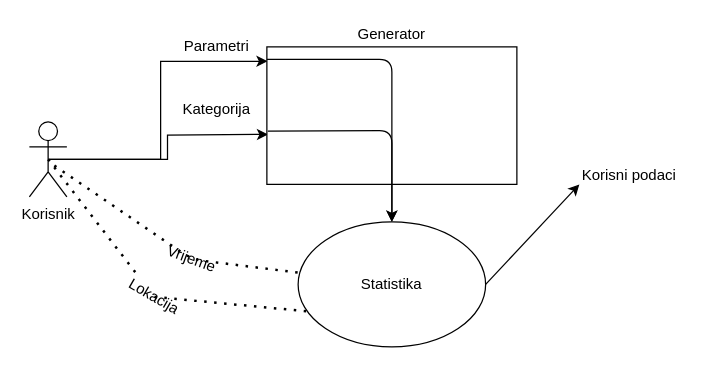
This is Copy of Statistika.drawio from vanjavk/Scribblie, a draw.io file, before an edit. Source tidied: cells renumbered, new cells numbered last; positions are measured from the earlier drawing's top-left corner, leaving out a move shared by most shapes. Both pictures are drawn from the tidied source at 125%, with x=0, y=0 at pixel (29, 21).
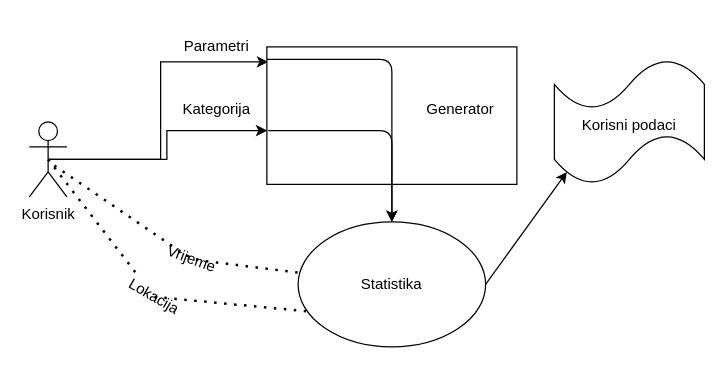
Above is the later version.

The change refers to these unchanged cells:
```xml
<mxCell id="4" value="Korisnik&lt;br&gt;" style="shape=umlActor;verticalLabelPosition=bottom;verticalAlign=top;html=1;outlineConnect=0;" parent="1" vertex="1">
  <mxGeometry y="80" width="30" height="60" as="geometry" />
</mxCell>
<mxCell id="5" style="rounded=0;whiteSpace=wrap;html=1;" parent="1" vertex="1">
  <mxGeometry x="190" y="20" width="200" height="110" as="geometry" />
</mxCell>
<mxCell id="10" style="ellipse;whiteSpace=wrap;html=1;" parent="1" vertex="1">
  <mxGeometry x="215" y="160" width="150" height="100" as="geometry" />
</mxCell>
```

What changed in the source:
```diff
@@
+    <mxCell id="20" style="shape=tape;whiteSpace=wrap;html=1;" parent="1" vertex="1">
+      <mxGeometry x="420" y="30" width="120" height="100" as="geometry" />
+    </mxCell>
-    <mxCell id="2" style="edgeStyle=orthogonalEdgeStyle;rounded=0;jettySize=auto;html=1;exitX=0.5;exitY=0.5;exitDx=0;exitDy=0;exitPerimeter=0;entryX=0.003;entryY=0.105;entryDx=0;entryDy=0;entryPerimeter=0;" parent="1" edge="1" source="4" target="5">
+    <mxCell id="2" style="edgeStyle=orthogonalEdgeStyle;rounded=0;jettySize=auto;html=1;exitX=0.5;exitY=0.5;exitDx=0;exitDy=0;exitPerimeter=0;" parent="1" edge="1" source="4">
       <mxGeometry relative="1" as="geometry">
+        <mxPoint x="191" y="32" as="targetPoint" />
         <Array as="points">
           <mxPoint x="105" y="110" />
           <mxPoint x="105" y="32" />
         </Array>
       </mxGeometry>
     </mxCell>
-    <mxCell id="3" style="edgeStyle=orthogonalEdgeStyle;rounded=0;jettySize=auto;html=1;exitX=0.5;exitY=0.5;exitDx=0;exitDy=0;exitPerimeter=0;" parent="1" edge="1" source="4">
-      <mxGeometry relative="1" as="geometry">
-        <mxPoint x="191" y="90" as="targetPoint" />
-      </mxGeometry>
+    <mxCell id="3" style="edgeStyle=orthogonalEdgeStyle;rounded=0;jettySize=auto;html=1;exitX=0.5;exitY=0.5;exitDx=0;exitDy=0;exitPerimeter=0;entryX=0.001;entryY=0.609;entryDx=0;entryDy=0;entryPerimeter=0;" parent="1" edge="1" source="4" target="5">
+      <mxGeometry relative="1" as="geometry" />
     </mxCell>
@@
     <mxCell id="6" value="Generator" style="text;html=1;strokeColor=none;fillColor=none;align=center;verticalAlign=middle;whiteSpace=wrap;rounded=0;" parent="1" vertex="1">
-      <mxGeometry x="270" width="40" height="20" as="geometry" />
+      <mxGeometry x="325" y="60" width="40" height="20" as="geometry" />
     </mxCell>
@@
-    <mxCell id="12" style="endArrow=classic;html=1;entryX=0.5;entryY=1;entryDx=0;entryDy=0;exitX=0.004;exitY=0.613;exitDx=0;exitDy=0;exitPerimeter=0;" parent="1" edge="1" source="5">
+    <mxCell id="12" style="endArrow=classic;html=1;entryX=0.5;entryY=1;entryDx=0;entryDy=0;" parent="1" edge="1">
       <mxGeometry relative="1" as="geometry">
+        <mxPoint x="191" y="87" as="sourcePoint" />
         <mxPoint x="290" y="160" as="targetPoint" />
         <Array as="points">
           <mxPoint x="290" y="87" />
         </Array>
       </mxGeometry>
     </mxCell>
     <mxCell id="13" style="endArrow=classic;html=1;entryX=0.5;entryY=0;entryDx=0;entryDy=0;" parent="1" edge="1" target="10">
       <mxGeometry relative="1" as="geometry">
         <mxPoint x="190" y="30" as="sourcePoint" />
         <Array as="points">
+          <mxPoint x="250" y="30" />
           <mxPoint x="290" y="30" />
         </Array>
       </mxGeometry>
     </mxCell>
@@
     <mxCell id="18" style="endArrow=classic;html=1;exitX=1;exitY=0.5;exitDx=0;exitDy=0;" parent="1" edge="1" source="10">
       <mxGeometry relative="1" as="geometry">
-        <mxPoint x="440" y="130" as="targetPoint" />
+        <mxPoint x="430" y="120" as="targetPoint" />
       </mxGeometry>
     </mxCell>
     <mxCell id="19" value="Korisni podaci" style="text;html=1;strokeColor=none;fillColor=none;align=center;verticalAlign=middle;whiteSpace=wrap;rounded=0;" parent="1" vertex="1">
-      <mxGeometry x="420" y="65" width="120" height="115" as="geometry" />
+      <mxGeometry x="420" y="25" width="120" height="115" as="geometry" />
     </mxCell>
```
